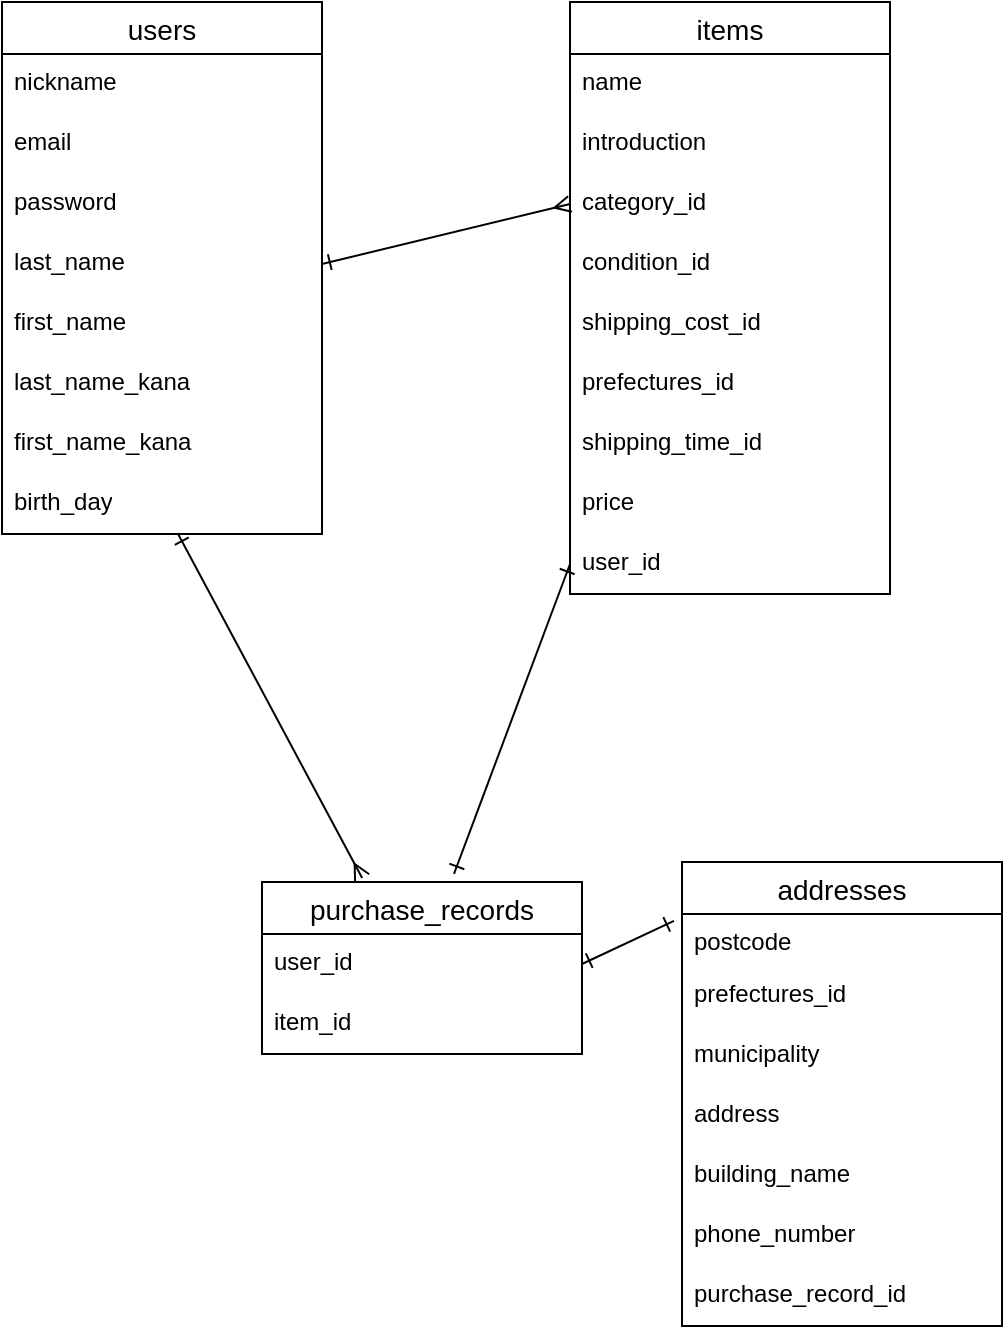
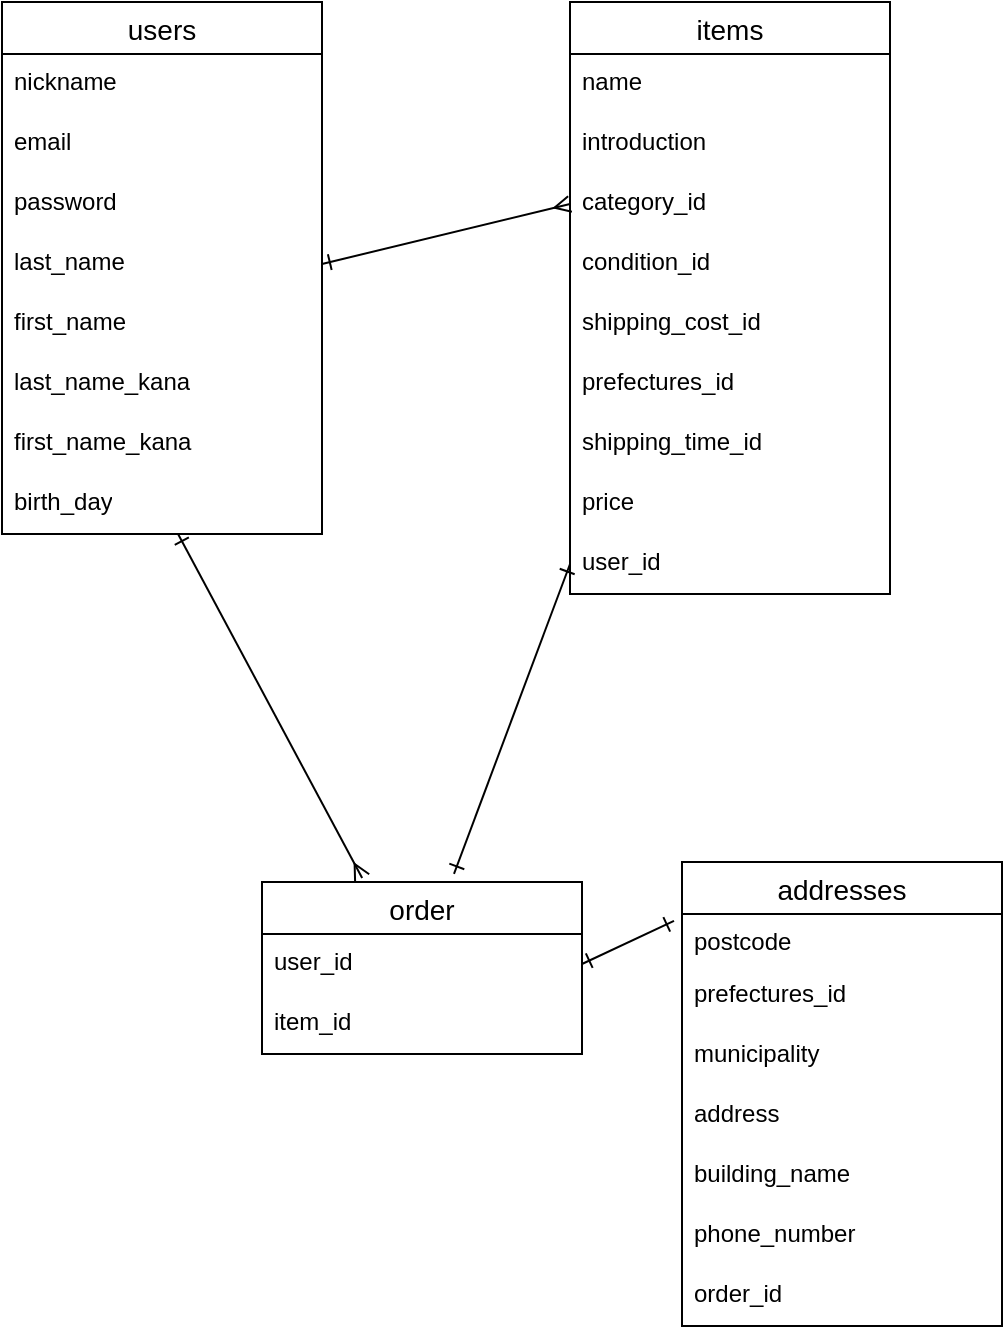
<mxfile host="65bd71144e">
    <diagram id="sRSdjxHEQxwauVT1pr1j" name="ページ1">
-         <mxGraphModel dx="1044" dy="779" grid="1" gridSize="10" guides="1" tooltips="1" connect="1" arrows="1" fold="1" page="1" pageScale="1" pageWidth="827" pageHeight="1169" math="0" shadow="0">
+         <mxGraphModel dx="1216" dy="779" grid="1" gridSize="10" guides="1" tooltips="1" connect="1" arrows="1" fold="1" page="1" pageScale="1" pageWidth="827" pageHeight="1169" math="0" shadow="0">
            <root>
                <mxCell id="0"/>
                <mxCell id="1" parent="0"/>
                <mxCell id="2" value="users" style="swimlane;fontStyle=0;childLayout=stackLayout;horizontal=1;startSize=26;horizontalStack=0;resizeParent=1;resizeParentMax=0;resizeLast=0;collapsible=1;marginBottom=0;align=center;fontSize=14;" parent="1" vertex="1">
                    <mxGeometry x="50" y="20" width="160" height="266" as="geometry"/>
                </mxCell>
                <mxCell id="3" value="nickname" style="text;strokeColor=none;fillColor=none;spacingLeft=4;spacingRight=4;overflow=hidden;rotatable=0;points=[[0,0.5],[1,0.5]];portConstraint=eastwest;fontSize=12;whiteSpace=wrap;html=1;" parent="2" vertex="1">
                    <mxGeometry y="26" width="160" height="30" as="geometry"/>
                </mxCell>
                <mxCell id="4" value="email" style="text;strokeColor=none;fillColor=none;spacingLeft=4;spacingRight=4;overflow=hidden;rotatable=0;points=[[0,0.5],[1,0.5]];portConstraint=eastwest;fontSize=12;whiteSpace=wrap;html=1;" parent="2" vertex="1">
                    <mxGeometry y="56" width="160" height="30" as="geometry"/>
                </mxCell>
                <mxCell id="5" value="password" style="text;strokeColor=none;fillColor=none;spacingLeft=4;spacingRight=4;overflow=hidden;rotatable=0;points=[[0,0.5],[1,0.5]];portConstraint=eastwest;fontSize=12;whiteSpace=wrap;html=1;" parent="2" vertex="1">
                    <mxGeometry y="86" width="160" height="30" as="geometry"/>
                </mxCell>
                <mxCell id="48" value="last_name" style="text;strokeColor=none;fillColor=none;spacingLeft=4;spacingRight=4;overflow=hidden;rotatable=0;points=[[0,0.5],[1,0.5]];portConstraint=eastwest;fontSize=12;whiteSpace=wrap;html=1;" parent="2" vertex="1">
                    <mxGeometry y="116" width="160" height="30" as="geometry"/>
                </mxCell>
                <mxCell id="35" value="first_name" style="text;strokeColor=none;fillColor=none;spacingLeft=4;spacingRight=4;overflow=hidden;rotatable=0;points=[[0,0.5],[1,0.5]];portConstraint=eastwest;fontSize=12;whiteSpace=wrap;html=1;" parent="2" vertex="1">
                    <mxGeometry y="146" width="160" height="30" as="geometry"/>
                </mxCell>
                <mxCell id="31" value="last_name_kana" style="text;strokeColor=none;fillColor=none;spacingLeft=4;spacingRight=4;overflow=hidden;rotatable=0;points=[[0,0.5],[1,0.5]];portConstraint=eastwest;fontSize=12;whiteSpace=wrap;html=1;" parent="2" vertex="1">
                    <mxGeometry y="176" width="160" height="30" as="geometry"/>
                </mxCell>
                <mxCell id="49" value="first_name_kana" style="text;strokeColor=none;fillColor=none;spacingLeft=4;spacingRight=4;overflow=hidden;rotatable=0;points=[[0,0.5],[1,0.5]];portConstraint=eastwest;fontSize=12;whiteSpace=wrap;html=1;" parent="2" vertex="1">
                    <mxGeometry y="206" width="160" height="30" as="geometry"/>
                </mxCell>
                <mxCell id="36" value="birth_day" style="text;strokeColor=none;fillColor=none;spacingLeft=4;spacingRight=4;overflow=hidden;rotatable=0;points=[[0,0.5],[1,0.5]];portConstraint=eastwest;fontSize=12;whiteSpace=wrap;html=1;" parent="2" vertex="1">
                    <mxGeometry y="236" width="160" height="30" as="geometry"/>
                </mxCell>
                <mxCell id="18" value="addresses" style="swimlane;fontStyle=0;childLayout=stackLayout;horizontal=1;startSize=26;horizontalStack=0;resizeParent=1;resizeParentMax=0;resizeLast=0;collapsible=1;marginBottom=0;align=center;fontSize=14;" parent="1" vertex="1">
                    <mxGeometry x="390" y="450" width="160" height="232" as="geometry"/>
                </mxCell>
                <mxCell id="19" value="postcode" style="text;strokeColor=none;fillColor=none;spacingLeft=4;spacingRight=4;overflow=hidden;rotatable=0;points=[[0,0.5],[1,0.5]];portConstraint=eastwest;fontSize=12;whiteSpace=wrap;html=1;" parent="18" vertex="1">
                    <mxGeometry y="26" width="160" height="26" as="geometry"/>
                </mxCell>
                <mxCell id="43" value="prefectures_id" style="text;strokeColor=none;fillColor=none;spacingLeft=4;spacingRight=4;overflow=hidden;rotatable=0;points=[[0,0.5],[1,0.5]];portConstraint=eastwest;fontSize=12;whiteSpace=wrap;html=1;" parent="18" vertex="1">
                    <mxGeometry y="52" width="160" height="30" as="geometry"/>
                </mxCell>
                <mxCell id="44" value="municipality" style="text;strokeColor=none;fillColor=none;spacingLeft=4;spacingRight=4;overflow=hidden;rotatable=0;points=[[0,0.5],[1,0.5]];portConstraint=eastwest;fontSize=12;whiteSpace=wrap;html=1;" parent="18" vertex="1">
                    <mxGeometry y="82" width="160" height="30" as="geometry"/>
                </mxCell>
                <mxCell id="45" value="address" style="text;strokeColor=none;fillColor=none;spacingLeft=4;spacingRight=4;overflow=hidden;rotatable=0;points=[[0,0.5],[1,0.5]];portConstraint=eastwest;fontSize=12;whiteSpace=wrap;html=1;" parent="18" vertex="1">
                    <mxGeometry y="112" width="160" height="30" as="geometry"/>
                </mxCell>
                <mxCell id="46" value="building_name" style="text;strokeColor=none;fillColor=none;spacingLeft=4;spacingRight=4;overflow=hidden;rotatable=0;points=[[0,0.5],[1,0.5]];portConstraint=eastwest;fontSize=12;whiteSpace=wrap;html=1;" parent="18" vertex="1">
                    <mxGeometry y="142" width="160" height="30" as="geometry"/>
                </mxCell>
                <mxCell id="47" value="phone_number" style="text;strokeColor=none;fillColor=none;spacingLeft=4;spacingRight=4;overflow=hidden;rotatable=0;points=[[0,0.5],[1,0.5]];portConstraint=eastwest;fontSize=12;whiteSpace=wrap;html=1;" parent="18" vertex="1">
                    <mxGeometry y="172" width="160" height="30" as="geometry"/>
                </mxCell>
-                 <mxCell id="73" value="purchase_record_id" style="text;strokeColor=none;fillColor=none;spacingLeft=4;spacingRight=4;overflow=hidden;rotatable=0;points=[[0,0.5],[1,0.5]];portConstraint=eastwest;fontSize=12;whiteSpace=wrap;html=1;" parent="18" vertex="1">
+                 <mxCell id="73" value="order_id" style="text;strokeColor=none;fillColor=none;spacingLeft=4;spacingRight=4;overflow=hidden;rotatable=0;points=[[0,0.5],[1,0.5]];portConstraint=eastwest;fontSize=12;whiteSpace=wrap;html=1;" parent="18" vertex="1">
                    <mxGeometry y="202" width="160" height="30" as="geometry"/>
                </mxCell>
                <mxCell id="22" value="items" style="swimlane;fontStyle=0;childLayout=stackLayout;horizontal=1;startSize=26;horizontalStack=0;resizeParent=1;resizeParentMax=0;resizeLast=0;collapsible=1;marginBottom=0;align=center;fontSize=14;" parent="1" vertex="1">
                    <mxGeometry x="334" y="20" width="160" height="296" as="geometry"/>
                </mxCell>
                <mxCell id="24" value="name" style="text;strokeColor=none;fillColor=none;spacingLeft=4;spacingRight=4;overflow=hidden;rotatable=0;points=[[0,0.5],[1,0.5]];portConstraint=eastwest;fontSize=12;whiteSpace=wrap;html=1;" parent="22" vertex="1">
                    <mxGeometry y="26" width="160" height="30" as="geometry"/>
                </mxCell>
                <mxCell id="25" value="introduction" style="text;strokeColor=none;fillColor=none;spacingLeft=4;spacingRight=4;overflow=hidden;rotatable=0;points=[[0,0.5],[1,0.5]];portConstraint=eastwest;fontSize=12;whiteSpace=wrap;html=1;" parent="22" vertex="1">
                    <mxGeometry y="56" width="160" height="30" as="geometry"/>
                </mxCell>
                <mxCell id="54" value="category_id" style="text;strokeColor=none;fillColor=none;spacingLeft=4;spacingRight=4;overflow=hidden;rotatable=0;points=[[0,0.5],[1,0.5]];portConstraint=eastwest;fontSize=12;whiteSpace=wrap;html=1;" parent="22" vertex="1">
                    <mxGeometry y="86" width="160" height="30" as="geometry"/>
                </mxCell>
                <mxCell id="50" value="condition_id" style="text;strokeColor=none;fillColor=none;spacingLeft=4;spacingRight=4;overflow=hidden;rotatable=0;points=[[0,0.5],[1,0.5]];portConstraint=eastwest;fontSize=12;whiteSpace=wrap;html=1;" parent="22" vertex="1">
                    <mxGeometry y="116" width="160" height="30" as="geometry"/>
                </mxCell>
                <mxCell id="51" value="shipping_cost_id" style="text;strokeColor=none;fillColor=none;spacingLeft=4;spacingRight=4;overflow=hidden;rotatable=0;points=[[0,0.5],[1,0.5]];portConstraint=eastwest;fontSize=12;whiteSpace=wrap;html=1;" parent="22" vertex="1">
                    <mxGeometry y="146" width="160" height="30" as="geometry"/>
                </mxCell>
                <mxCell id="39" value="prefectures_id" style="text;strokeColor=none;fillColor=none;spacingLeft=4;spacingRight=4;overflow=hidden;rotatable=0;points=[[0,0.5],[1,0.5]];portConstraint=eastwest;fontSize=12;whiteSpace=wrap;html=1;" parent="22" vertex="1">
                    <mxGeometry y="176" width="160" height="30" as="geometry"/>
                </mxCell>
                <mxCell id="52" value="shipping_time_id" style="text;strokeColor=none;fillColor=none;spacingLeft=4;spacingRight=4;overflow=hidden;rotatable=0;points=[[0,0.5],[1,0.5]];portConstraint=eastwest;fontSize=12;whiteSpace=wrap;html=1;" parent="22" vertex="1">
                    <mxGeometry y="206" width="160" height="30" as="geometry"/>
                </mxCell>
                <mxCell id="40" value="price" style="text;strokeColor=none;fillColor=none;spacingLeft=4;spacingRight=4;overflow=hidden;rotatable=0;points=[[0,0.5],[1,0.5]];portConstraint=eastwest;fontSize=12;whiteSpace=wrap;html=1;" parent="22" vertex="1">
                    <mxGeometry y="236" width="160" height="30" as="geometry"/>
                </mxCell>
                <mxCell id="41" value="user_id" style="text;strokeColor=none;fillColor=none;spacingLeft=4;spacingRight=4;overflow=hidden;rotatable=0;points=[[0,0.5],[1,0.5]];portConstraint=eastwest;fontSize=12;whiteSpace=wrap;html=1;" parent="22" vertex="1">
                    <mxGeometry y="266" width="160" height="30" as="geometry"/>
                </mxCell>
-                 <mxCell id="26" value="purchase_records" style="swimlane;fontStyle=0;childLayout=stackLayout;horizontal=1;startSize=26;horizontalStack=0;resizeParent=1;resizeParentMax=0;resizeLast=0;collapsible=1;marginBottom=0;align=center;fontSize=14;" parent="1" vertex="1">
+                 <mxCell id="26" value="order" style="swimlane;fontStyle=0;childLayout=stackLayout;horizontal=1;startSize=26;horizontalStack=0;resizeParent=1;resizeParentMax=0;resizeLast=0;collapsible=1;marginBottom=0;align=center;fontSize=14;" parent="1" vertex="1">
                    <mxGeometry x="180" y="460" width="160" height="86" as="geometry"/>
                </mxCell>
                <mxCell id="27" value="user_id" style="text;strokeColor=none;fillColor=none;spacingLeft=4;spacingRight=4;overflow=hidden;rotatable=0;points=[[0,0.5],[1,0.5]];portConstraint=eastwest;fontSize=12;whiteSpace=wrap;html=1;" parent="26" vertex="1">
                    <mxGeometry y="26" width="160" height="30" as="geometry"/>
                </mxCell>
                <mxCell id="28" value="item_id" style="text;strokeColor=none;fillColor=none;spacingLeft=4;spacingRight=4;overflow=hidden;rotatable=0;points=[[0,0.5],[1,0.5]];portConstraint=eastwest;fontSize=12;whiteSpace=wrap;html=1;" parent="26" vertex="1">
                    <mxGeometry y="56" width="160" height="30" as="geometry"/>
                </mxCell>
                <mxCell id="59" style="edgeStyle=none;html=1;exitX=1;exitY=0.5;exitDx=0;exitDy=0;entryX=0;entryY=0.5;entryDx=0;entryDy=0;endArrow=ERmany;endFill=0;startArrow=ERone;startFill=0;" parent="1" source="48" target="54" edge="1">
                    <mxGeometry relative="1" as="geometry"/>
                </mxCell>
                <mxCell id="64" style="edgeStyle=none;html=1;exitX=1;exitY=0.5;exitDx=0;exitDy=0;entryX=-0.025;entryY=0.133;entryDx=0;entryDy=0;entryPerimeter=0;endArrow=ERone;endFill=0;startArrow=ERone;startFill=0;" parent="1" source="27" target="19" edge="1">
                    <mxGeometry relative="1" as="geometry"/>
                </mxCell>
                <mxCell id="71" style="edgeStyle=none;html=1;entryX=0.313;entryY=-0.023;entryDx=0;entryDy=0;entryPerimeter=0;endArrow=ERmany;endFill=0;startArrow=ERone;startFill=0;" parent="1" source="36" target="26" edge="1">
                    <mxGeometry relative="1" as="geometry"/>
                </mxCell>
                <mxCell id="72" style="edgeStyle=none;html=1;exitX=0;exitY=0.5;exitDx=0;exitDy=0;entryX=0.6;entryY=-0.047;entryDx=0;entryDy=0;entryPerimeter=0;endArrow=ERone;endFill=0;startArrow=ERone;startFill=0;" parent="1" source="41" target="26" edge="1">
                    <mxGeometry relative="1" as="geometry"/>
                </mxCell>
            </root>
        </mxGraphModel>
    </diagram>
</mxfile>